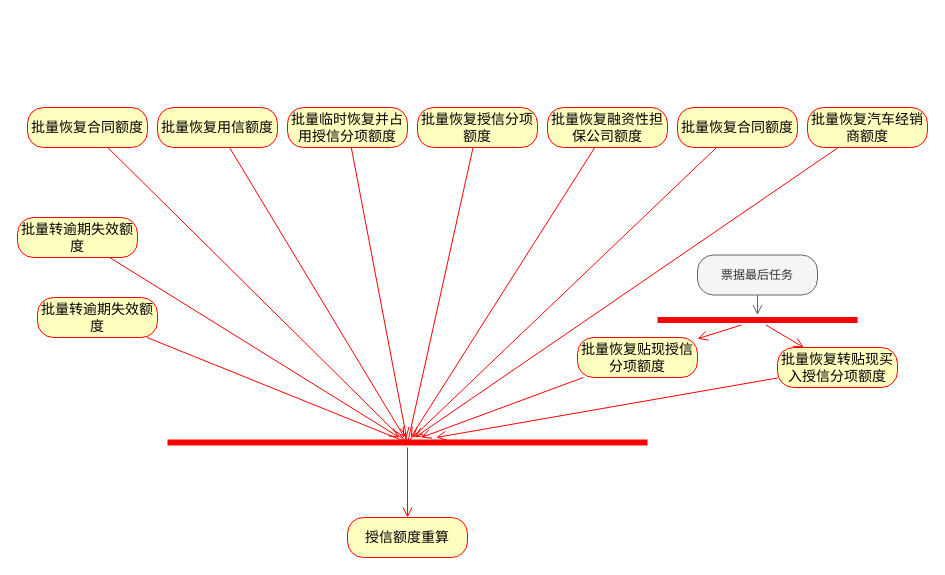
Above: page "任务编排" (5 of 5) of Untitled Diagram.drawio in MinDaHu/UML (draw.io), before the change. Source tidied: cells renumbered, new cells numbered last; positions are measured from the earlier drawing's top-left corner, leaving out a move shared by most shapes. Both pictures are drawn from the tidied source at 100%, with x=0, y=0 at pixel (17, 107).
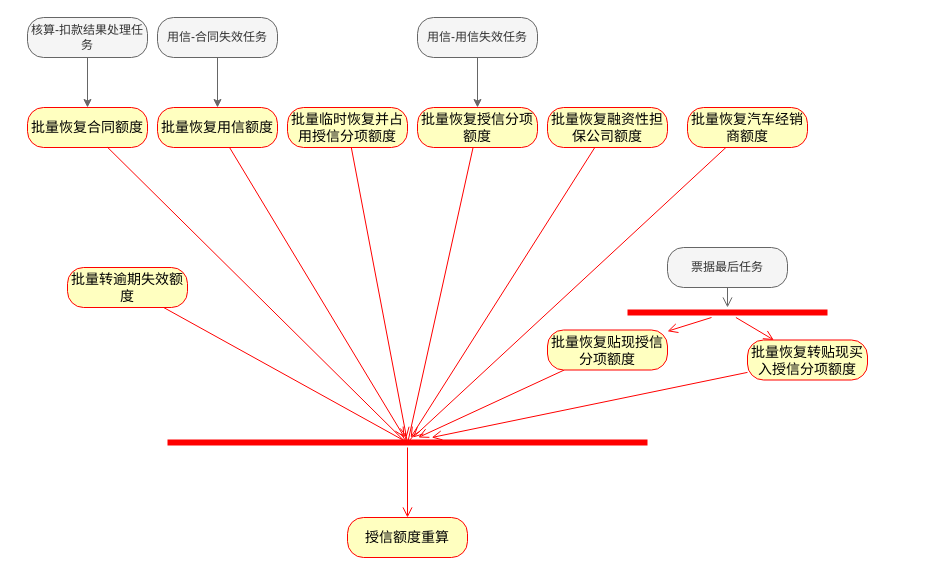
Above is the later version.

The change refers to these unchanged cells:
```xml
<mxCell id="2" value="&lt;p class=&quot;MsoNormal&quot;&gt;&lt;span style=&quot;font-size: 10.5000pt&quot;&gt;批量恢复合同额度&lt;/span&gt;&lt;/p&gt;" style="rounded=1;whiteSpace=wrap;html=1;arcSize=40;fontColor=#000000;fillColor=#ffffc0;strokeColor=#ff0000;" parent="1" vertex="1">
  <mxGeometry x="10" width="120" height="40" as="geometry" />
</mxCell>
<mxCell id="5" value="&lt;p class=&quot;MsoNormal&quot;&gt;&lt;span style=&quot;font-size: 14px&quot;&gt;批量恢复用信额度&lt;/span&gt;&lt;br&gt;&lt;/p&gt;" style="rounded=1;whiteSpace=wrap;html=1;arcSize=40;fontColor=#000000;fillColor=#ffffc0;strokeColor=#ff0000;" parent="1" vertex="1">
  <mxGeometry x="140" width="120" height="40" as="geometry" />
</mxCell>
<mxCell id="9" value="&lt;p class=&quot;MsoNormal&quot;&gt;&lt;span style=&quot;font-size: 14px&quot;&gt;批量恢复授信分项额度&lt;/span&gt;&lt;br&gt;&lt;/p&gt;" style="rounded=1;whiteSpace=wrap;html=1;arcSize=40;fontColor=#000000;fillColor=#ffffc0;strokeColor=#ff0000;" parent="1" vertex="1">
  <mxGeometry x="400" width="120" height="40" as="geometry" />
</mxCell>
<mxCell id="25" style="shape=line;html=1;strokeWidth=6;strokeColor=#ff0000;rounded=1;fillColor=#ffffc0;" parent="1" vertex="1">
  <mxGeometry x="150" y="330" width="480" height="10" as="geometry" />
</mxCell>
```

Diff of the diagram source:
```diff
@@
-    <mxCell id="12" style="edgeStyle=none;jettySize=auto;html=1;endArrow=open;endSize=8;strokeColor=#ff0000;" parent="1" edge="1" source="13" target="25">
-      <mxGeometry relative="1" as="geometry" />
-    </mxCell>
-    <mxCell id="13" value="&lt;p class=&quot;MsoNormal&quot;&gt;&lt;span style=&quot;font-size: 10.5000pt&quot;&gt;批量恢复合同额度&lt;/span&gt;&lt;/p&gt;" style="rounded=1;whiteSpace=wrap;html=1;arcSize=40;fontColor=#000000;fillColor=#ffffc0;strokeColor=#ff0000;" parent="1" vertex="1">
-      <mxGeometry x="660" width="120" height="40" as="geometry" />
-    </mxCell>
@@
     <mxCell id="15" value="&lt;p class=&quot;MsoNormal&quot;&gt;&lt;span style=&quot;font-size: 14px&quot;&gt;批量恢复汽车经销商额度&lt;/span&gt;&lt;br&gt;&lt;/p&gt;" style="rounded=1;whiteSpace=wrap;html=1;arcSize=40;fontColor=#000000;fillColor=#ffffc0;strokeColor=#ff0000;" parent="1" vertex="1">
-      <mxGeometry x="790" width="120" height="40" as="geometry" />
+      <mxGeometry x="670" width="120" height="40" as="geometry" />
     </mxCell>
-    <mxCell id="16" style="edgeStyle=none;jettySize=auto;html=1;endArrow=open;endSize=8;strokeColor=#ff0000;" parent="1" edge="1" source="17" target="25">
-      <mxGeometry relative="1" as="geometry" />
-    </mxCell>
-    <mxCell id="17" value="&lt;p class=&quot;MsoNormal&quot;&gt;&lt;span style=&quot;font-size: 14px&quot;&gt;批量转逾期失效额度&lt;/span&gt;&lt;br&gt;&lt;/p&gt;" style="rounded=1;whiteSpace=wrap;html=1;arcSize=40;fontColor=#000000;fillColor=#ffffc0;strokeColor=#ff0000;" parent="1" vertex="1">
-      <mxGeometry y="110" width="120" height="40" as="geometry" />
-    </mxCell>
@@
     <mxCell id="19" value="&lt;p class=&quot;MsoNormal&quot;&gt;&lt;span style=&quot;font-size: 14px&quot;&gt;批量恢复贴现授信分项额度&lt;/span&gt;&lt;br&gt;&lt;/p&gt;" style="rounded=1;whiteSpace=wrap;html=1;arcSize=40;fontColor=#000000;fillColor=#ffffc0;strokeColor=#ff0000;" parent="1" vertex="1">
-      <mxGeometry x="560" y="230" width="120" height="40" as="geometry" />
+      <mxGeometry x="530" y="222.5" width="120" height="40" as="geometry" />
     </mxCell>
@@
     <mxCell id="21" value="&lt;p class=&quot;MsoNormal&quot;&gt;&lt;span style=&quot;font-size: 14px&quot;&gt;批量转逾期失效额度&lt;/span&gt;&lt;br&gt;&lt;/p&gt;" style="rounded=1;whiteSpace=wrap;html=1;arcSize=40;fontColor=#000000;fillColor=#ffffc0;strokeColor=#ff0000;" parent="1" vertex="1">
-      <mxGeometry x="20" y="190" width="120" height="40" as="geometry" />
+      <mxGeometry x="50" y="160" width="120" height="40" as="geometry" />
     </mxCell>
@@
     <mxCell id="23" value="&lt;p class=&quot;MsoNormal&quot;&gt;&lt;span style=&quot;font-size: 14px&quot;&gt;批量恢复转贴现买入授信分项额度&lt;/span&gt;&lt;br&gt;&lt;/p&gt;" style="rounded=1;whiteSpace=wrap;html=1;arcSize=40;fontColor=#000000;fillColor=#ffffc0;strokeColor=#ff0000;" parent="1" vertex="1">
-      <mxGeometry x="760" y="240" width="120" height="40" as="geometry" />
+      <mxGeometry x="730" y="232.5" width="120" height="40" as="geometry" />
     </mxCell>
@@
     <mxCell id="29" style="shape=line;html=1;strokeWidth=6;strokeColor=#ff0000;rounded=1;fillColor=#ffffc0;" parent="1" vertex="1">
-      <mxGeometry x="640" y="207.5" width="200" height="10" as="geometry" />
+      <mxGeometry x="610" y="200" width="200" height="10" as="geometry" />
     </mxCell>
     <mxCell id="30" value="票据最后任务" style="rounded=1;whiteSpace=wrap;html=1;arcSize=40;fontColor=#333333;fillColor=#f5f5f5;strokeColor=#666666;" parent="1" vertex="1">
-      <mxGeometry x="680" y="147.5" width="120" height="40" as="geometry" />
+      <mxGeometry x="650" y="140" width="120" height="40" as="geometry" />
     </mxCell>
@@
+    <mxCell id="32" style="edgeStyle=orthogonalEdgeStyle;rounded=0;jettySize=auto;html=1;entryX=0.5;entryY=0;entryDx=0;entryDy=0;fillColor=#f5f5f5;strokeColor=#666666;" parent="1" edge="1" source="33" target="2">
+      <mxGeometry relative="1" as="geometry" />
+    </mxCell>
+    <mxCell id="33" value="核算-扣款结果处理任务" style="rounded=1;whiteSpace=wrap;html=1;arcSize=40;fontColor=#333333;fillColor=#f5f5f5;strokeColor=#666666;" parent="1" vertex="1">
+      <mxGeometry x="10" y="-90" width="120" height="40" as="geometry" />
+    </mxCell>
+    <mxCell id="34" style="edgeStyle=orthogonalEdgeStyle;rounded=0;jettySize=auto;html=1;entryX=0.5;entryY=0;entryDx=0;entryDy=0;fillColor=#f5f5f5;strokeColor=#666666;" parent="1" edge="1" source="35" target="5">
+      <mxGeometry relative="1" as="geometry" />
+    </mxCell>
+    <mxCell id="35" value="用信-合同失效任务" style="rounded=1;whiteSpace=wrap;html=1;arcSize=40;fontColor=#333333;fillColor=#f5f5f5;strokeColor=#666666;" parent="1" vertex="1">
+      <mxGeometry x="140" y="-90" width="120" height="40" as="geometry" />
+    </mxCell>
+    <mxCell id="36" style="edgeStyle=orthogonalEdgeStyle;rounded=0;jettySize=auto;html=1;entryX=0.5;entryY=0;entryDx=0;entryDy=0;fillColor=#f5f5f5;strokeColor=#666666;" parent="1" edge="1" source="37" target="9">
+      <mxGeometry relative="1" as="geometry" />
+    </mxCell>
+    <mxCell id="37" value="用信-用信失效任务" style="rounded=1;whiteSpace=wrap;html=1;arcSize=40;fontColor=#333333;fillColor=#f5f5f5;strokeColor=#666666;" parent="1" vertex="1">
+      <mxGeometry x="400" y="-90" width="120" height="40" as="geometry" />
+    </mxCell>
```
